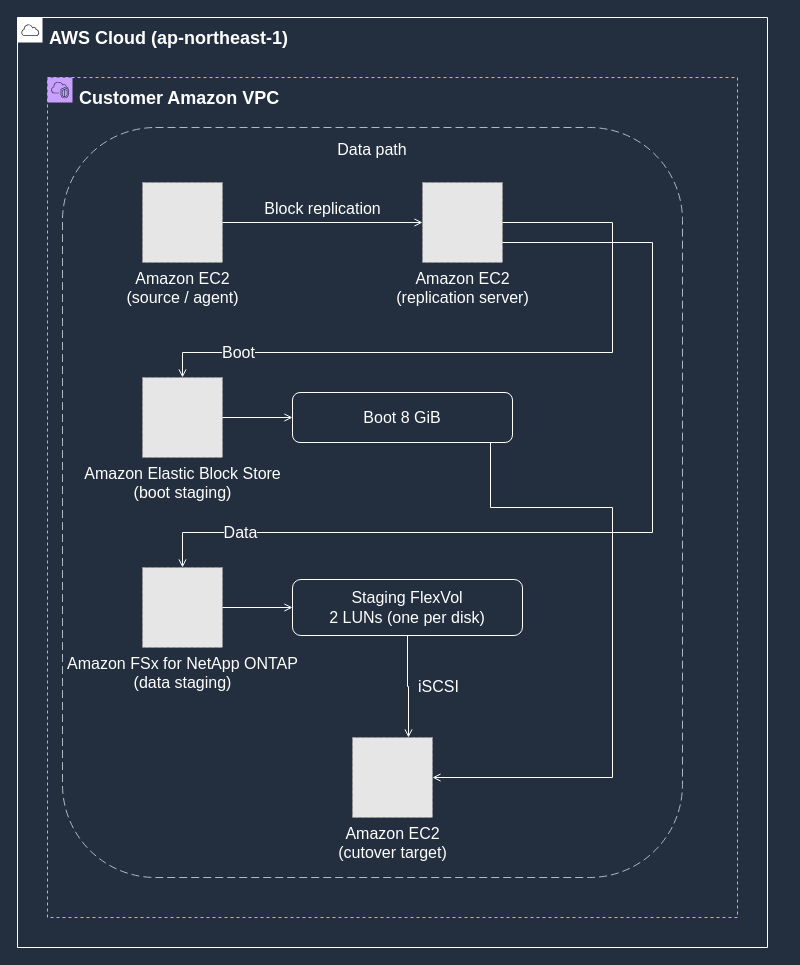
Earlier version of the draw.io diagram docs/_assets/diagrams/atx-fsxn-data-path-en-dark.drawio (Yoshiki0705/vmware-migration-ec2-ontap). Source tidied: cells renumbered, new cells numbered last; positions are measured from the earlier drawing's top-left corner, leaving out a move shared by most shapes. Both pictures are drawn from the tidied source at 100%, with x=0, y=0 at pixel (17, 17). Pictures stored in the file or linked from it are replaced by grey dashed boxes.
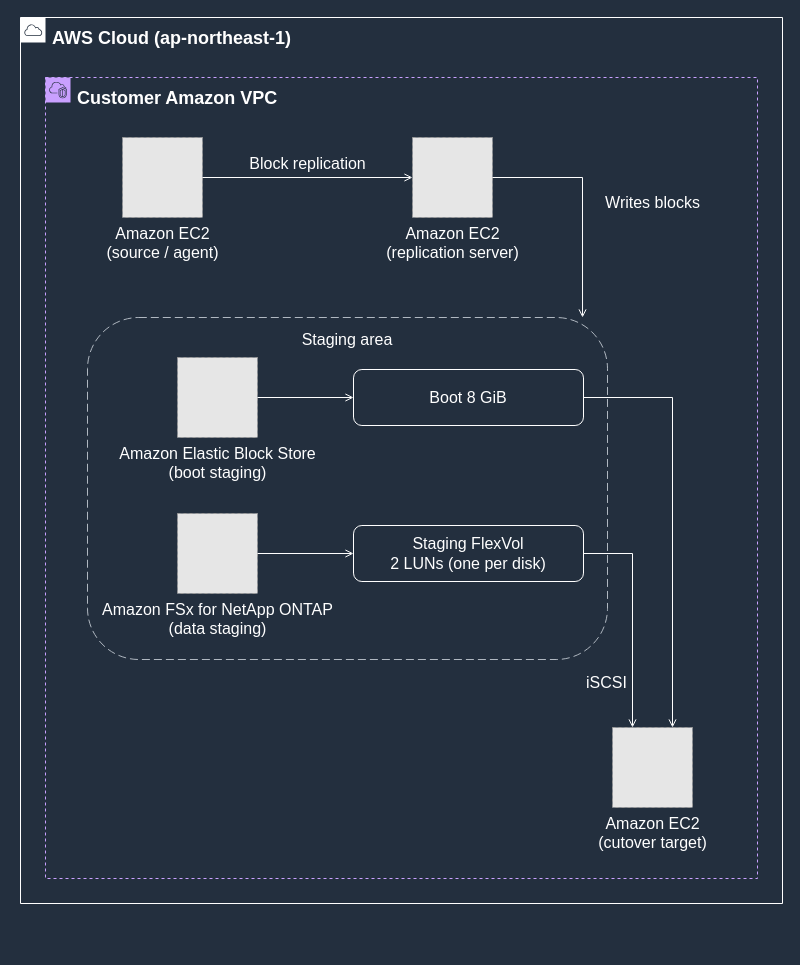
After the change.

Change to the diagram source:
```diff
@@
     <mxCell id="2" value="AWS Cloud (ap-northeast-1)" style="gradientColor=none;html=1;whiteSpace=wrap;fontSize=18;fontStyle=1;fontColor=#FFFFFF;shape=mxgraph.aws4.group;grIcon=mxgraph.aws4.group_aws_cloud;strokeColor=#FFFFFF;fillColor=none;verticalAlign=top;align=left;spacingLeft=30;spacingTop=4;dashed=0;" parent="1" vertex="1">
-      <mxGeometry width="750" height="930" as="geometry" />
+      <mxGeometry x="3" width="762" height="886" as="geometry" />
     </mxCell>
     <mxCell id="3" value="Customer Amazon VPC" style="gradientColor=none;html=1;whiteSpace=wrap;fontSize=18;fontStyle=1;fontColor=#FFFFFF;shape=mxgraph.aws4.group;grIcon=mxgraph.aws4.group_vpc2;strokeColor=#C9A0FF;fillColor=none;verticalAlign=top;align=left;spacingLeft=30;spacingTop=4;dashed=1;" parent="1" vertex="1">
-      <mxGeometry x="30" y="60" width="690" height="840" as="geometry" />
+      <mxGeometry x="28" y="60" width="712" height="801" as="geometry" />
     </mxCell>
-    <mxCell id="4" value="Data path" style="rounded=1;whiteSpace=wrap;html=1;dashed=1;dashPattern=8 4;strokeColor=#B0B8C1;fillColor=none;fontColor=#FFFFFF;fontSize=16;verticalAlign=top;align=center;spacingTop=6;" parent="1" vertex="1">
-      <mxGeometry x="45" y="110" width="620" height="750" as="geometry" />
-    </mxCell>
+    <mxCell id="19" value="Staging area" style="rounded=1;whiteSpace=wrap;html=1;dashed=1;dashPattern=8 4;strokeColor=#B0B8C1;fillColor=none;fontColor=#FFFFFF;fontSize=16;verticalAlign=top;align=center;spacingTop=6;" parent="1" vertex="1">
+      <mxGeometry x="70" y="300" width="520" height="342" as="geometry" />
+    </mxCell>
     <mxCell id="5" value="Boot 8 GiB" style="rounded=1;whiteSpace=wrap;html=1;strokeColor=#FFFFFF;fillColor=none;fontColor=#FFFFFF;fontSize=16;verticalAlign=middle;align=center;" parent="1" vertex="1">
-      <mxGeometry x="275" y="375" width="220" height="50" as="geometry" />
+      <mxGeometry x="336" y="352" width="230" height="56" as="geometry" />
     </mxCell>
     <mxCell id="6" value="Staging FlexVol&#10;2 LUNs (one per disk)" style="rounded=1;whiteSpace=wrap;html=1;strokeColor=#FFFFFF;fillColor=none;fontColor=#FFFFFF;fontSize=16;verticalAlign=middle;align=center;" parent="1" vertex="1">
-      <mxGeometry x="275" y="562" width="230" height="56" as="geometry" />
+      <mxGeometry x="336" y="508" width="230" height="56" as="geometry" />
     </mxCell>
     <mxCell id="7" value="Amazon EC2&#10;(source / agent)" style="fillColor=#E6E6E6;strokeColor=#999999;dashed=1;html=1;verticalLabelPosition=bottom;verticalAlign=top;labelPosition=center;align=center;fontSize=16;fontColor=#FFFFFF;" parent="1" vertex="1">
-      <mxGeometry x="125" y="165" width="80" height="80" as="geometry" />
+      <mxGeometry x="105" y="120" width="80" height="80" as="geometry" />
     </mxCell>
     <mxCell id="8" value="Amazon EC2&#10;(replication server)" style="fillColor=#E6E6E6;strokeColor=#999999;dashed=1;html=1;verticalLabelPosition=bottom;verticalAlign=top;labelPosition=center;align=center;fontSize=16;fontColor=#FFFFFF;" parent="1" vertex="1">
-      <mxGeometry x="405" y="165" width="80" height="80" as="geometry" />
+      <mxGeometry x="395" y="120" width="80" height="80" as="geometry" />
     </mxCell>
     <mxCell id="9" value="Amazon Elastic Block Store&#10;(boot staging)" style="fillColor=#E6E6E6;strokeColor=#999999;dashed=1;html=1;verticalLabelPosition=bottom;verticalAlign=top;labelPosition=center;align=center;fontSize=16;fontColor=#FFFFFF;" parent="1" vertex="1">
-      <mxGeometry x="125" y="360" width="80" height="80" as="geometry" />
+      <mxGeometry x="160" y="340" width="80" height="80" as="geometry" />
     </mxCell>
     <mxCell id="10" value="Amazon FSx for NetApp ONTAP&#10;(data staging)" style="fillColor=#E6E6E6;strokeColor=#999999;dashed=1;html=1;verticalLabelPosition=bottom;verticalAlign=top;labelPosition=center;align=center;fontSize=16;fontColor=#FFFFFF;" parent="1" vertex="1">
-      <mxGeometry x="125" y="550" width="80" height="80" as="geometry" />
+      <mxGeometry x="160" y="496" width="80" height="80" as="geometry" />
     </mxCell>
     <mxCell id="11" value="Amazon EC2&#10;(cutover target)" style="fillColor=#E6E6E6;strokeColor=#999999;dashed=1;html=1;verticalLabelPosition=bottom;verticalAlign=top;labelPosition=center;align=center;fontSize=16;fontColor=#FFFFFF;" parent="1" vertex="1">
-      <mxGeometry x="335" y="720" width="80" height="80" as="geometry" />
+      <mxGeometry x="595" y="710" width="80" height="80" as="geometry" />
     </mxCell>
@@
-    <mxCell id="13" value="Boot" style="edgeStyle=orthogonalEdgeStyle;rounded=0;html=1;endArrow=open;endFill=0;strokeColor=#FFFFFF;strokeWidth=1;fontSize=16;fontColor=#FFFFFF;labelBackgroundColor=#232F3E;exitX=1;exitY=0.5;exitDx=0;exitDy=0;entryX=0.5;entryY=0;entryDx=0;entryDy=0;" parent="1" edge="1" source="8" target="9">
-      <mxGeometry x="0.9" relative="1" as="geometry">
+    <mxCell id="13" value="Writes blocks" style="edgeStyle=orthogonalEdgeStyle;rounded=0;html=1;endArrow=open;endFill=0;strokeColor=#FFFFFF;strokeWidth=1;fontSize=16;fontColor=#FFFFFF;labelBackgroundColor=#232F3E;exitX=1;exitY=0.5;exitDx=0;exitDy=0;entryX=0.952;entryY=0;entryDx=0;entryDy=0;" parent="1" edge="1" source="8" target="19">
+      <mxGeometry relative="1" as="geometry">
         <Array as="points">
-          <mxPoint x="595" y="205" />
-          <mxPoint x="595" y="335" />
-          <mxPoint x="165" y="335" />
+          <mxPoint x="565" y="160" />
         </Array>
-        <mxPoint x="46" as="offset" />
+        <mxPoint x="70" as="offset" />
       </mxGeometry>
     </mxCell>
-    <mxCell id="14" value="Data" style="edgeStyle=orthogonalEdgeStyle;rounded=0;html=1;endArrow=open;endFill=0;strokeColor=#FFFFFF;strokeWidth=1;fontSize=16;fontColor=#FFFFFF;labelBackgroundColor=#232F3E;exitX=1;exitY=0.75;exitDx=0;exitDy=0;entryX=0.5;entryY=0;entryDx=0;entryDy=0;" parent="1" edge="1" source="8" target="10">
-      <mxGeometry x="0.9" relative="1" as="geometry">
-        <Array as="points">
-          <mxPoint x="635" y="225" />
-          <mxPoint x="635" y="515" />
-          <mxPoint x="165" y="515" />
-        </Array>
-        <mxPoint x="46" as="offset" />
-      </mxGeometry>
+    <mxCell id="14" style="edgeStyle=orthogonalEdgeStyle;rounded=0;html=1;endArrow=open;endFill=0;strokeColor=#FFFFFF;strokeWidth=1;fontSize=16;fontColor=#FFFFFF;labelBackgroundColor=#232F3E;exitX=1;exitY=0.5;exitDx=0;exitDy=0;entryX=0;entryY=0.5;entryDx=0;entryDy=0;" parent="1" edge="1" source="9" target="5">
+      <mxGeometry relative="1" as="geometry" />
     </mxCell>
-    <mxCell id="15" style="edgeStyle=orthogonalEdgeStyle;rounded=0;html=1;endArrow=open;endFill=0;strokeColor=#FFFFFF;strokeWidth=1;fontSize=16;fontColor=#FFFFFF;labelBackgroundColor=#232F3E;exitX=1;exitY=0.5;exitDx=0;exitDy=0;entryX=0;entryY=0.5;entryDx=0;entryDy=0;" parent="1" edge="1" source="9" target="5">
+    <mxCell id="15" style="edgeStyle=orthogonalEdgeStyle;rounded=0;html=1;endArrow=open;endFill=0;strokeColor=#FFFFFF;strokeWidth=1;fontSize=16;fontColor=#FFFFFF;labelBackgroundColor=#232F3E;exitX=1;exitY=0.5;exitDx=0;exitDy=0;entryX=0;entryY=0.5;entryDx=0;entryDy=0;" parent="1" edge="1" source="10" target="6">
       <mxGeometry relative="1" as="geometry" />
     </mxCell>
-    <mxCell id="16" style="edgeStyle=orthogonalEdgeStyle;rounded=0;html=1;endArrow=open;endFill=0;strokeColor=#FFFFFF;strokeWidth=1;fontSize=16;fontColor=#FFFFFF;labelBackgroundColor=#232F3E;exitX=1;exitY=0.5;exitDx=0;exitDy=0;entryX=0;entryY=0.5;entryDx=0;entryDy=0;" parent="1" edge="1" source="10" target="6">
-      <mxGeometry relative="1" as="geometry" />
+    <mxCell id="16" style="edgeStyle=orthogonalEdgeStyle;rounded=0;html=1;endArrow=open;endFill=0;strokeColor=#FFFFFF;strokeWidth=1;fontSize=16;fontColor=#FFFFFF;labelBackgroundColor=#232F3E;exitX=1;exitY=0.5;exitDx=0;exitDy=0;entryX=0.75;entryY=0;entryDx=0;entryDy=0;" parent="1" edge="1" source="5" target="11">
+      <mxGeometry relative="1" as="geometry">
+        <Array as="points">
+          <mxPoint x="655" y="380" />
+        </Array>
+      </mxGeometry>
     </mxCell>
-    <mxCell id="17" style="edgeStyle=orthogonalEdgeStyle;rounded=0;html=1;endArrow=open;endFill=0;strokeColor=#FFFFFF;strokeWidth=1;fontSize=16;fontColor=#FFFFFF;labelBackgroundColor=#232F3E;exitX=0.9;exitY=1;exitDx=0;exitDy=0;entryX=1;entryY=0.5;entryDx=0;entryDy=0;" parent="1" edge="1" source="5" target="11">
-      <mxGeometry relative="1" as="geometry">
+    <mxCell id="17" value="iSCSI" style="edgeStyle=orthogonalEdgeStyle;rounded=0;html=1;endArrow=open;endFill=0;strokeColor=#FFFFFF;strokeWidth=1;fontSize=16;fontColor=#FFFFFF;labelBackgroundColor=#232F3E;exitX=1;exitY=0.5;exitDx=0;exitDy=0;entryX=0.25;entryY=0;entryDx=0;entryDy=0;" parent="1" edge="1" source="6" target="11">
+      <mxGeometry x="0.6" relative="1" as="geometry">
         <Array as="points">
-          <mxPoint x="473" y="490" />
-          <mxPoint x="595" y="490" />
-          <mxPoint x="595" y="760" />
+          <mxPoint x="615" y="536" />
         </Array>
+        <mxPoint x="-26" as="offset" />
       </mxGeometry>
     </mxCell>
-    <mxCell id="18" value="iSCSI" style="edgeStyle=orthogonalEdgeStyle;rounded=0;html=1;endArrow=open;endFill=0;strokeColor=#FFFFFF;strokeWidth=1;fontSize=16;fontColor=#FFFFFF;labelBackgroundColor=#232F3E;exitX=0.5;exitY=1;exitDx=0;exitDy=0;entryX=0.7;entryY=0;entryDx=0;entryDy=0;" parent="1" edge="1" source="6" target="11">
-      <mxGeometry relative="1" as="geometry">
-        <mxPoint x="30" as="offset" />
-      </mxGeometry>
-    </mxCell>
```
